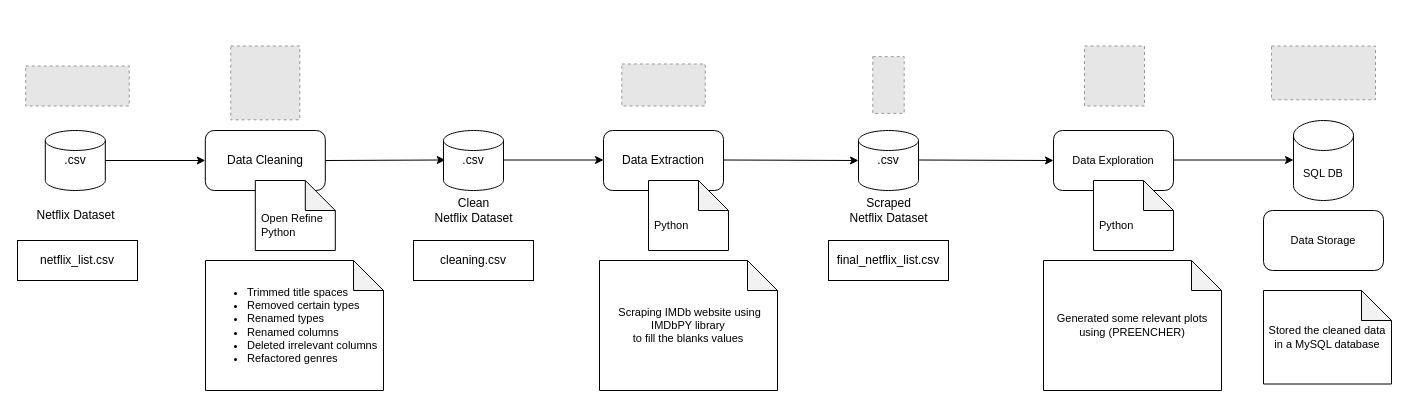
Above: docs/Pipeline.drawio in paulinho-16/MEIC-PRI (draw.io), before the change. Source tidied: cells renumbered, new cells numbered last; positions are measured from the earlier drawing's top-left corner, leaving out a move shared by most shapes. Both pictures are drawn from the tidied source at 100%, with x=0, y=0 at pixel (17, 46). Pictures stored in the file or linked from it are replaced by grey dashed boxes.
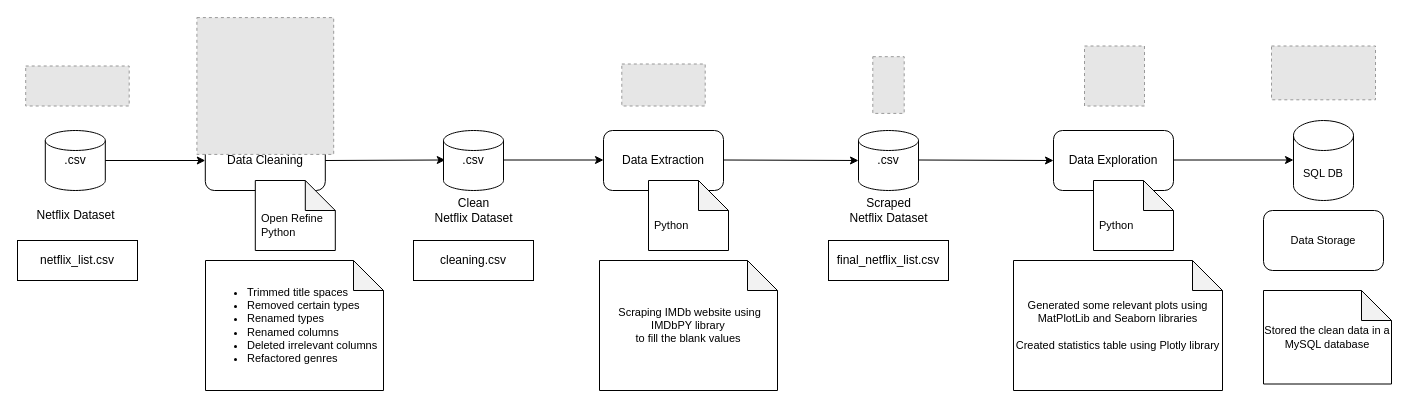
The same diagram, later.

The edit, as a diff of the source:
```diff
@@
-    <mxCell id="13" value="&lt;span&gt;&amp;nbsp;Scraping IMDb website using IMDbPY library&lt;br&gt;to fill the blanks values&lt;br&gt;&lt;/span&gt;" style="shape=note;whiteSpace=wrap;html=1;backgroundOutline=1;darkOpacity=0.05;fontSize=11;fontColor=default;strokeColor=default;strokeWidth=1;fillColor=default;align=center;verticalAlign=middle;" parent="1" vertex="1">
+    <mxCell id="13" value="&lt;span&gt;&amp;nbsp;Scraping IMDb website using IMDbPY library&lt;br&gt;to fill the blank values&lt;br&gt;&lt;/span&gt;" style="shape=note;whiteSpace=wrap;html=1;backgroundOutline=1;darkOpacity=0.05;fontSize=11;fontColor=default;strokeColor=default;strokeWidth=1;fillColor=default;align=center;verticalAlign=middle;" parent="1" vertex="1">
       <mxGeometry x="582" y="214" width="178" height="130" as="geometry" />
     </mxCell>
@@
-    <mxCell id="21" value="Data Exploration" style="rounded=1;whiteSpace=wrap;html=1;fontSize=11;fontColor=default;strokeColor=default;strokeWidth=1;fillColor=default;align=center;verticalAlign=middle;" parent="1" vertex="1">
+    <mxCell id="21" value="Data Exploration" style="rounded=1;whiteSpace=wrap;html=1;fontSize=12;fontColor=default;strokeColor=default;strokeWidth=1;fillColor=default;align=center;verticalAlign=middle;" parent="1" vertex="1">
       <mxGeometry x="1036" y="84" width="120" height="60" as="geometry" />
     </mxCell>
@@
-    <mxCell id="24" value="&lt;span&gt;Generated some relevant plots using (PREENCHER)&lt;br&gt;&lt;/span&gt;" style="shape=note;whiteSpace=wrap;html=1;backgroundOutline=1;darkOpacity=0.05;fontSize=11;fontColor=default;strokeColor=default;strokeWidth=1;fillColor=default;align=center;verticalAlign=middle;" parent="1" vertex="1">
-      <mxGeometry x="1026" y="214" width="178" height="130" as="geometry" />
+    <mxCell id="24" value="&lt;blockquote style=&quot;margin: 0 0 0 40px ; border: none ; padding: 0px&quot;&gt;&lt;/blockquote&gt;&lt;span&gt;Generated some relevant plots using MatPlotLib and Seaborn libraries&lt;/span&gt;&lt;br&gt;&lt;span&gt;&lt;br&gt;Created statistics table using Plotly library&lt;/span&gt;" style="shape=note;whiteSpace=wrap;html=1;backgroundOutline=1;darkOpacity=0.05;fontSize=11;fontColor=default;strokeColor=default;strokeWidth=1;fillColor=default;align=center;verticalAlign=middle;labelPosition=center;verticalLabelPosition=middle;" parent="1" vertex="1">
+      <mxGeometry x="996" y="214" width="209" height="130" as="geometry" />
     </mxCell>
-    <mxCell id="25" value="&lt;span&gt;Stored the cleaned data in a MySQL database&lt;br&gt;&lt;/span&gt;" style="shape=note;whiteSpace=wrap;html=1;backgroundOutline=1;darkOpacity=0.05;fontSize=11;fontColor=default;strokeColor=default;strokeWidth=1;fillColor=default;align=center;verticalAlign=middle;" parent="1" vertex="1">
+    <mxCell id="25" value="&lt;span&gt;Stored the clean data in a MySQL database&lt;br&gt;&lt;/span&gt;" style="shape=note;whiteSpace=wrap;html=1;backgroundOutline=1;darkOpacity=0.05;fontSize=11;fontColor=default;strokeColor=default;strokeWidth=1;fillColor=default;align=center;verticalAlign=middle;" parent="1" vertex="1">
       <mxGeometry x="1246" y="244" width="128" height="93.5" as="geometry" />
     </mxCell>
@@
-    <mxCell id="27" style="fillColor=#E6E6E6;strokeColor=#999999;dashed=1;verticalLabelPosition=bottom;labelBackgroundColor=#ffffff;verticalAlign=top;" parent="1" vertex="1">
-      <mxGeometry x="213.3" y="-0.5" width="69" height="73.8" as="geometry" />
-    </mxCell>
@@
-    <mxCell id="31" value=".csv" style="strokeWidth=1;html=1;shape=mxgraph.flowchart.database;whiteSpace=wrap;fontColor=default;fillColor=default;strokeColor=default;align=center;" parent="1" vertex="1">
+    <mxCell id="31" value="&lt;div&gt;&lt;span&gt;.csv&lt;/span&gt;&lt;/div&gt;" style="strokeWidth=1;html=1;shape=mxgraph.flowchart.database;whiteSpace=wrap;fontColor=default;fillColor=default;strokeColor=default;align=center;" parent="1" vertex="1">
       <mxGeometry x="426" y="84" width="60" height="60" as="geometry" />
     </mxCell>
@@
+    <mxCell id="35" style="fillColor=#E6E6E6;strokeColor=#999999;dashed=1;verticalLabelPosition=bottom;labelBackgroundColor=#ffffff;verticalAlign=top;" parent="1" vertex="1">
+      <mxGeometry x="179.4" y="-28.9" width="136.8" height="136.8" as="geometry" />
+    </mxCell>
```
